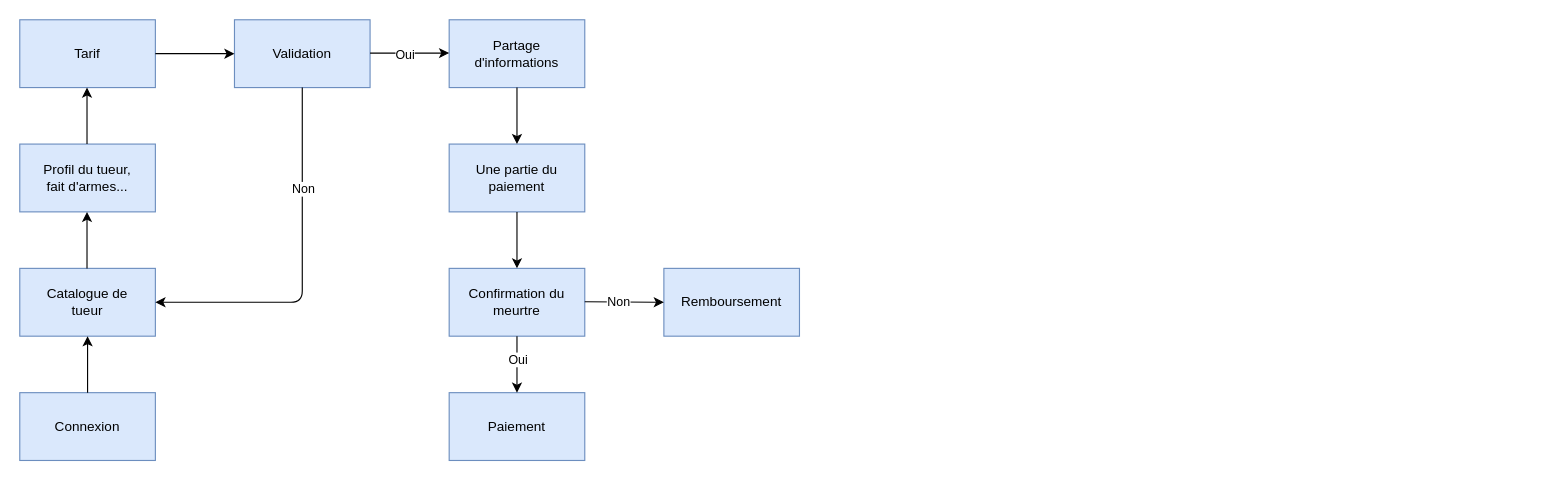
Before: page "Diagramme d'utilisation" (1 of 3) of Diagrams.drawio in Inebhis/uml-project, a draw.io diagram. Source tidied: cells renumbered, new cells numbered last; positions are measured from the earlier drawing's top-left corner, leaving out a move shared by most shapes. Both pictures are drawn from the tidied source at 113%, with x=0, y=0 at pixel (19, 19).
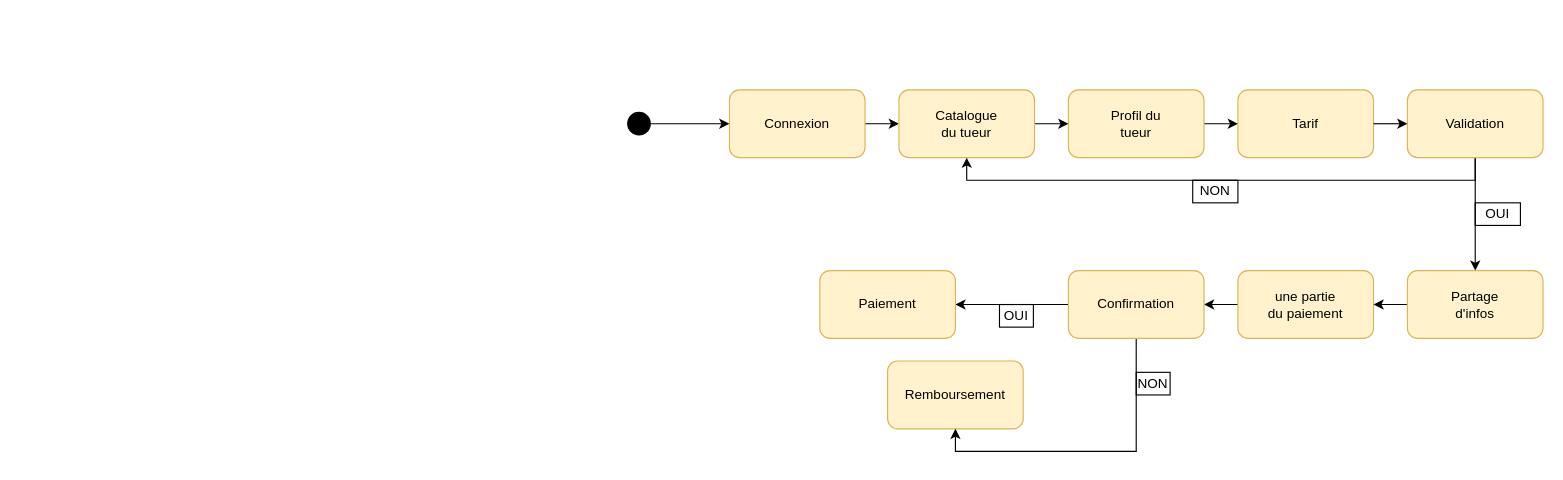
The same diagram, later.

Diff of the diagram source:
```diff
@@
+    <mxCell id="26" style="edgeStyle=orthogonalEdgeStyle;rounded=0;jettySize=auto;html=1;" parent="1" edge="1" source="27" target="32">
+      <mxGeometry relative="1" as="geometry" />
+    </mxCell>
+    <mxCell id="27" style="rounded=1;whiteSpace=wrap;html=1;fillColor=#fff2cc;strokeColor=#d6b656;" parent="1" vertex="1">
+      <mxGeometry x="628" y="62" width="120" height="60" as="geometry" />
+    </mxCell>
+    <mxCell id="28" style="rounded=1;whiteSpace=wrap;html=1;fillColor=#fff2cc;strokeColor=#d6b656;" parent="1" vertex="1">
+      <mxGeometry x="1078" y="62" width="120" height="60" as="geometry" />
+    </mxCell>
+    <mxCell id="29" style="edgeStyle=orthogonalEdgeStyle;rounded=0;jettySize=auto;html=1;" parent="1" edge="1" source="30" target="28">
+      <mxGeometry relative="1" as="geometry" />
+    </mxCell>
+    <mxCell id="30" style="rounded=1;whiteSpace=wrap;html=1;fillColor=#fff2cc;strokeColor=#d6b656;" parent="1" vertex="1">
+      <mxGeometry x="928" y="62" width="120" height="60" as="geometry" />
+    </mxCell>
+    <mxCell id="31" style="edgeStyle=orthogonalEdgeStyle;rounded=0;jettySize=auto;html=1;" parent="1" edge="1" source="32" target="30">
+      <mxGeometry relative="1" as="geometry" />
+    </mxCell>
+    <mxCell id="32" style="rounded=1;whiteSpace=wrap;html=1;fillColor=#fff2cc;strokeColor=#d6b656;" parent="1" vertex="1">
+      <mxGeometry x="778" y="62" width="120" height="60" as="geometry" />
+    </mxCell>
+    <mxCell id="33" style="edgeStyle=orthogonalEdgeStyle;rounded=0;jettySize=auto;html=1;" parent="1" edge="1" source="35" target="44">
+      <mxGeometry relative="1" as="geometry" />
+    </mxCell>
+    <mxCell id="34" style="edgeStyle=orthogonalEdgeStyle;rounded=0;jettySize=auto;html=1;exitX=0.5;exitY=1;exitDx=0;exitDy=0;entryX=0.5;entryY=1;entryDx=0;entryDy=0;" parent="1" edge="1" source="35" target="32">
+      <mxGeometry relative="1" as="geometry" />
+    </mxCell>
+    <mxCell id="35" style="rounded=1;whiteSpace=wrap;html=1;fillColor=#fff2cc;strokeColor=#d6b656;" parent="1" vertex="1">
+      <mxGeometry x="1228" y="62" width="120" height="60" as="geometry" />
+    </mxCell>
+    <mxCell id="36" style="rounded=1;whiteSpace=wrap;html=1;fillColor=#fff2cc;strokeColor=#d6b656;" parent="1" vertex="1">
+      <mxGeometry x="768" y="302" width="120" height="60" as="geometry" />
+    </mxCell>
+    <mxCell id="37" style="edgeStyle=orthogonalEdgeStyle;rounded=0;jettySize=auto;html=1;" parent="1" edge="1" source="38" target="41">
+      <mxGeometry relative="1" as="geometry" />
+    </mxCell>
+    <mxCell id="38" style="rounded=1;whiteSpace=wrap;html=1;fillColor=#fff2cc;strokeColor=#d6b656;" parent="1" vertex="1">
+      <mxGeometry x="1078" y="222" width="120" height="60" as="geometry" />
+    </mxCell>
+    <mxCell id="39" style="edgeStyle=orthogonalEdgeStyle;rounded=0;jettySize=auto;html=1;" parent="1" edge="1" source="41" target="42">
+      <mxGeometry relative="1" as="geometry" />
+    </mxCell>
+    <mxCell id="40" style="edgeStyle=orthogonalEdgeStyle;rounded=0;jettySize=auto;html=1;exitX=0.5;exitY=1;exitDx=0;exitDy=0;entryX=0.5;entryY=1;entryDx=0;entryDy=0;" parent="1" edge="1" source="41" target="36">
+      <mxGeometry relative="1" as="geometry" />
+    </mxCell>
+    <mxCell id="41" style="rounded=1;whiteSpace=wrap;html=1;fillColor=#fff2cc;strokeColor=#d6b656;" parent="1" vertex="1">
+      <mxGeometry x="928" y="222" width="120" height="60" as="geometry" />
+    </mxCell>
+    <mxCell id="42" style="rounded=1;whiteSpace=wrap;html=1;fillColor=#fff2cc;strokeColor=#d6b656;" parent="1" vertex="1">
+      <mxGeometry x="708" y="222" width="120" height="60" as="geometry" />
+    </mxCell>
+    <mxCell id="43" style="edgeStyle=orthogonalEdgeStyle;rounded=0;jettySize=auto;html=1;" parent="1" edge="1" source="44" target="38">
+      <mxGeometry relative="1" as="geometry" />
+    </mxCell>
+    <mxCell id="44" style="rounded=1;whiteSpace=wrap;html=1;fillColor=#fff2cc;strokeColor=#d6b656;" parent="1" vertex="1">
+      <mxGeometry x="1228" y="222" width="120" height="60" as="geometry" />
+    </mxCell>
+    <mxCell id="45" style="edgeStyle=orthogonalEdgeStyle;rounded=0;jettySize=auto;html=1;" parent="1" edge="1" source="46" target="27">
+      <mxGeometry relative="1" as="geometry" />
+    </mxCell>
+    <mxCell id="46" style="ellipse;whiteSpace=wrap;html=1;fillColor=#000000;" parent="1" vertex="1">
+      <mxGeometry x="538" y="82" width="20" height="20" as="geometry" />
+    </mxCell>
+    <mxCell id="47" style="endArrow=classic;html=1;exitX=1;exitY=0.5;exitDx=0;exitDy=0;entryX=0;entryY=0.5;entryDx=0;entryDy=0;" parent="1" edge="1" source="28" target="35">
+      <mxGeometry relative="1" as="geometry" />
+    </mxCell>
-    <mxCell id="2" value="Connexion" style="rounded=0;whiteSpace=wrap;html=1;fillColor=#dae8fc;strokeColor=#6c8ebf;" parent="1" vertex="1">
-      <mxGeometry y="330" width="120" height="60" as="geometry" />
+    <mxCell id="2" value="Connexion" style="text;html=1;strokeColor=none;fillColor=none;align=center;verticalAlign=middle;whiteSpace=wrap;rounded=0;" parent="1" vertex="1">
+      <mxGeometry x="668" y="82" width="40" height="20" as="geometry" />
     </mxCell>
-    <mxCell id="3" value="Catalogue de&lt;br&gt;tueur" style="rounded=0;whiteSpace=wrap;html=1;fillColor=#dae8fc;strokeColor=#6c8ebf;" parent="1" vertex="1">
-      <mxGeometry y="220" width="120" height="60" as="geometry" />
-    </mxCell>
-    <mxCell id="4" value="Profil du tueur,&lt;br&gt;fait d'armes..." style="rounded=0;whiteSpace=wrap;html=1;fillColor=#dae8fc;strokeColor=#6c8ebf;" parent="1" vertex="1">
-      <mxGeometry y="110" width="120" height="60" as="geometry" />
-    </mxCell>
-    <mxCell id="5" value="Tarif" style="rounded=0;whiteSpace=wrap;html=1;fillColor=#dae8fc;strokeColor=#6c8ebf;" parent="1" vertex="1">
-      <mxGeometry width="120" height="60" as="geometry" />
-    </mxCell>
-    <mxCell id="6" value="Validation" style="rounded=0;whiteSpace=wrap;html=1;fillColor=#dae8fc;strokeColor=#6c8ebf;" parent="1" vertex="1">
-      <mxGeometry x="190" width="120" height="60" as="geometry" />
-    </mxCell>
-    <mxCell id="7" value="Partage&lt;br&gt;d'informations" style="rounded=0;whiteSpace=wrap;html=1;fillColor=#dae8fc;strokeColor=#6c8ebf;" parent="1" vertex="1">
-      <mxGeometry x="380" width="120" height="60" as="geometry" />
-    </mxCell>
-    <mxCell id="8" value="Une partie du&lt;br&gt;paiement" style="rounded=0;whiteSpace=wrap;html=1;fillColor=#dae8fc;strokeColor=#6c8ebf;" parent="1" vertex="1">
-      <mxGeometry x="380" y="110" width="120" height="60" as="geometry" />
-    </mxCell>
-    <mxCell id="9" value="Confirmation du meurtre" style="rounded=0;whiteSpace=wrap;html=1;fillColor=#dae8fc;strokeColor=#6c8ebf;" parent="1" vertex="1">
-      <mxGeometry x="380" y="220" width="120" height="60" as="geometry" />
-    </mxCell>
+    <mxCell id="48" value="&lt;div&gt;une partie du paiement&lt;/div&gt;" style="text;html=1;strokeColor=none;fillColor=none;align=center;verticalAlign=middle;whiteSpace=wrap;rounded=0;" parent="1" vertex="1">
+      <mxGeometry x="1103" y="242" width="70" height="20" as="geometry" />
+    </mxCell>
+    <mxCell id="49" value="Confirmation" style="text;html=1;strokeColor=none;fillColor=none;align=center;verticalAlign=middle;whiteSpace=wrap;rounded=0;" parent="1" vertex="1">
+      <mxGeometry x="968" y="242" width="40" height="20" as="geometry" />
+    </mxCell>
-    <mxCell id="10" value="Paiement" style="rounded=0;whiteSpace=wrap;html=1;fillColor=#dae8fc;strokeColor=#6c8ebf;" parent="1" vertex="1">
-      <mxGeometry x="380" y="330" width="120" height="60" as="geometry" />
+    <mxCell id="10" value="Paiement" style="text;html=1;strokeColor=none;fillColor=none;align=center;verticalAlign=middle;whiteSpace=wrap;rounded=0;" parent="1" vertex="1">
+      <mxGeometry x="748" y="242" width="40" height="20" as="geometry" />
     </mxCell>
-    <mxCell id="11" value="Remboursement" style="rounded=0;whiteSpace=wrap;html=1;fillColor=#dae8fc;strokeColor=#6c8ebf;" parent="1" vertex="1">
-      <mxGeometry x="570" y="220" width="120" height="60" as="geometry" />
+    <mxCell id="11" value="Remboursement" style="text;html=1;strokeColor=none;fillColor=none;align=center;verticalAlign=middle;whiteSpace=wrap;rounded=0;" parent="1" vertex="1">
+      <mxGeometry x="808" y="322" width="40" height="20" as="geometry" />
     </mxCell>
-    <mxCell id="12" style="endArrow=classic;html=1;exitX=0.5;exitY=0;exitDx=0;exitDy=0;entryX=0.5;entryY=1;entryDx=0;entryDy=0;" parent="1" edge="1" source="2" target="3">
-      <mxGeometry relative="1" as="geometry" />
-    </mxCell>
-    <mxCell id="13" style="endArrow=classic;html=1;exitX=0.5;exitY=0;exitDx=0;exitDy=0;entryX=0.5;entryY=1;entryDx=0;entryDy=0;" parent="1" edge="1">
-      <mxGeometry relative="1" as="geometry">
-        <mxPoint x="59.5" y="220" as="sourcePoint" />
-        <mxPoint x="59.5" y="170" as="targetPoint" />
-      </mxGeometry>
-    </mxCell>
-    <mxCell id="14" style="endArrow=classic;html=1;exitX=0.5;exitY=0;exitDx=0;exitDy=0;entryX=0.5;entryY=1;entryDx=0;entryDy=0;" parent="1" edge="1">
-      <mxGeometry relative="1" as="geometry">
-        <mxPoint x="59.5" y="110" as="sourcePoint" />
-        <mxPoint x="59.5" y="60" as="targetPoint" />
-      </mxGeometry>
-    </mxCell>
-    <mxCell id="15" style="endArrow=classic;html=1;exitX=1;exitY=0.5;exitDx=0;exitDy=0;entryX=0;entryY=0.5;entryDx=0;entryDy=0;" parent="1" edge="1" source="5" target="6">
-      <mxGeometry relative="1" as="geometry" />
-    </mxCell>
-    <mxCell id="16" style="endArrow=classic;html=1;exitX=1;exitY=0.5;exitDx=0;exitDy=0;entryX=0;entryY=0.5;entryDx=0;entryDy=0;" parent="1" edge="1">
-      <mxGeometry relative="1" as="geometry">
-        <mxPoint x="310" y="29.5" as="sourcePoint" />
-        <mxPoint x="380" y="29.5" as="targetPoint" />
-      </mxGeometry>
-    </mxCell>
-    <mxCell id="17" value="Oui" style="edgeLabel;html=1;align=center;verticalAlign=middle;" parent="16" vertex="1">
-      <mxGeometry x="-0.49" y="-1" relative="1" as="geometry">
-        <mxPoint x="12" y="-0.5" as="offset" />
-      </mxGeometry>
-    </mxCell>
-    <mxCell id="18" style="endArrow=classic;html=1;exitX=0.5;exitY=1;exitDx=0;exitDy=0;entryX=0.5;entryY=0;entryDx=0;entryDy=0;" parent="1" edge="1" source="7" target="8">
-      <mxGeometry relative="1" as="geometry" />
-    </mxCell>
-    <mxCell id="19" style="endArrow=classic;html=1;exitX=0.5;exitY=1;exitDx=0;exitDy=0;entryX=0.5;entryY=0;entryDx=0;entryDy=0;" parent="1" edge="1" source="8" target="9">
-      <mxGeometry relative="1" as="geometry" />
-    </mxCell>
-    <mxCell id="20" style="endArrow=classic;html=1;exitX=0.5;exitY=1;exitDx=0;exitDy=0;entryX=0.5;entryY=0;entryDx=0;entryDy=0;" parent="1" edge="1" source="9" target="10">
-      <mxGeometry relative="1" as="geometry" />
-    </mxCell>
-    <mxCell id="21" value="Oui" style="edgeLabel;html=1;align=center;verticalAlign=middle;" parent="20" vertex="1">
-      <mxGeometry x="-0.44" y="-1" relative="1" as="geometry">
-        <mxPoint x="1" y="6" as="offset" />
-      </mxGeometry>
-    </mxCell>
-    <mxCell id="22" style="endArrow=classic;html=1;exitX=1;exitY=0.5;exitDx=0;exitDy=0;entryX=0;entryY=0.5;entryDx=0;entryDy=0;" parent="1" edge="1" target="11">
-      <mxGeometry relative="1" as="geometry">
-        <mxPoint x="500" y="249.5" as="sourcePoint" />
-      </mxGeometry>
-    </mxCell>
-    <mxCell id="23" value="Non" style="edgeLabel;html=1;align=center;verticalAlign=middle;" parent="22" vertex="1">
-      <mxGeometry x="-0.31" y="-1" relative="1" as="geometry">
-        <mxPoint x="6" y="-0.7" as="offset" />
-      </mxGeometry>
-    </mxCell>
-    <mxCell id="24" style="endArrow=classic;html=1;exitX=0.5;exitY=1;exitDx=0;exitDy=0;entryX=1;entryY=0.5;entryDx=0;entryDy=0;" parent="1" edge="1" source="6" target="3">
-      <mxGeometry relative="1" as="geometry">
-        <Array as="points">
-          <mxPoint x="250" y="250" />
-        </Array>
-      </mxGeometry>
-    </mxCell>
-    <mxCell id="25" value="Non" style="edgeLabel;html=1;align=center;verticalAlign=middle;" parent="24" vertex="1">
-      <mxGeometry x="-0.23" relative="1" as="geometry">
-        <mxPoint y="-34" as="offset" />
-      </mxGeometry>
-    </mxCell>
+    <mxCell id="6" value="Validation" style="text;html=1;strokeColor=none;fillColor=none;align=center;verticalAlign=middle;whiteSpace=wrap;rounded=0;" parent="1" vertex="1">
+      <mxGeometry x="1268" y="82" width="40" height="20" as="geometry" />
+    </mxCell>
+    <mxCell id="5" value="Tarif" style="text;html=1;strokeColor=none;fillColor=none;align=center;verticalAlign=middle;whiteSpace=wrap;rounded=0;" parent="1" vertex="1">
+      <mxGeometry x="1118" y="82" width="40" height="20" as="geometry" />
+    </mxCell>
+    <mxCell id="50" value="Profil du tueur" style="text;html=1;strokeColor=none;fillColor=none;align=center;verticalAlign=middle;whiteSpace=wrap;rounded=0;" parent="1" vertex="1">
+      <mxGeometry x="963" y="82" width="50" height="20" as="geometry" />
+    </mxCell>
+    <mxCell id="51" value="Catalogue du tueur" style="text;html=1;strokeColor=none;fillColor=none;align=center;verticalAlign=middle;whiteSpace=wrap;rounded=0;" parent="1" vertex="1">
+      <mxGeometry x="808" y="82" width="60" height="20" as="geometry" />
+    </mxCell>
+    <mxCell id="52" value="Partage d'infos" style="text;html=1;strokeColor=none;fillColor=none;align=center;verticalAlign=middle;whiteSpace=wrap;rounded=0;" parent="1" vertex="1">
+      <mxGeometry x="1268" y="242" width="40" height="20" as="geometry" />
+    </mxCell>
+    <mxCell id="53" value="NON" style="text;html=1;fillColor=none;align=center;verticalAlign=middle;whiteSpace=wrap;rounded=0;strokeColor=#000000;" parent="1" vertex="1">
+      <mxGeometry x="1038" y="142" width="40" height="20" as="geometry" />
+    </mxCell>
+    <mxCell id="54" value="OUI" style="text;html=1;fillColor=none;align=center;verticalAlign=middle;whiteSpace=wrap;rounded=0;strokeColor=#000000;" parent="1" vertex="1">
+      <mxGeometry x="1288" y="162" width="40" height="20" as="geometry" />
+    </mxCell>
+    <mxCell id="55" value="OUI" style="text;html=1;fillColor=none;align=center;verticalAlign=middle;whiteSpace=wrap;rounded=0;strokeColor=#000000;" parent="1" vertex="1">
+      <mxGeometry x="867" y="252" width="30" height="20" as="geometry" />
+    </mxCell>
+    <mxCell id="56" value="NON" style="text;html=1;fillColor=none;align=center;verticalAlign=middle;whiteSpace=wrap;rounded=0;strokeColor=#000000;" parent="1" vertex="1">
+      <mxGeometry x="988" y="312" width="30" height="20" as="geometry" />
+    </mxCell>
```
